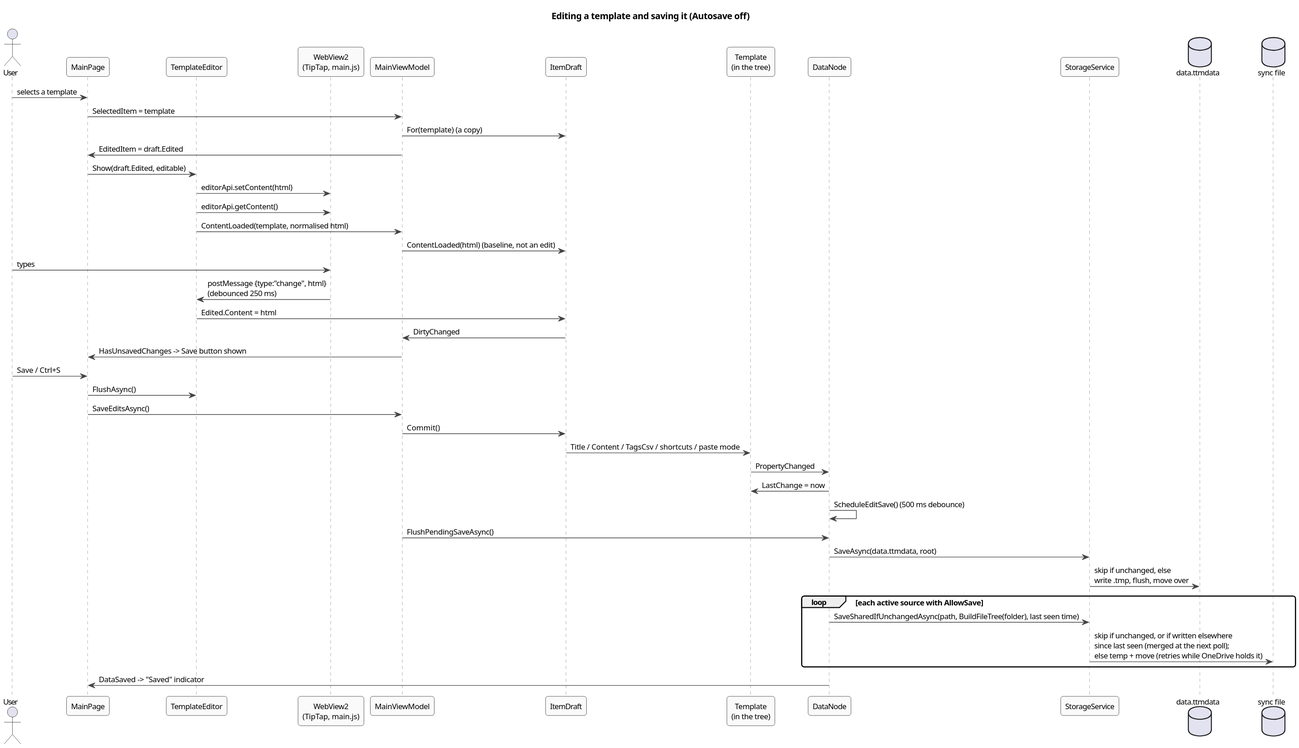
Before: docs/architecture/diagrams/seq-edit-save.svg, a diagram exported from PlantUML (halatsWol/TextTemplateManager-v2).
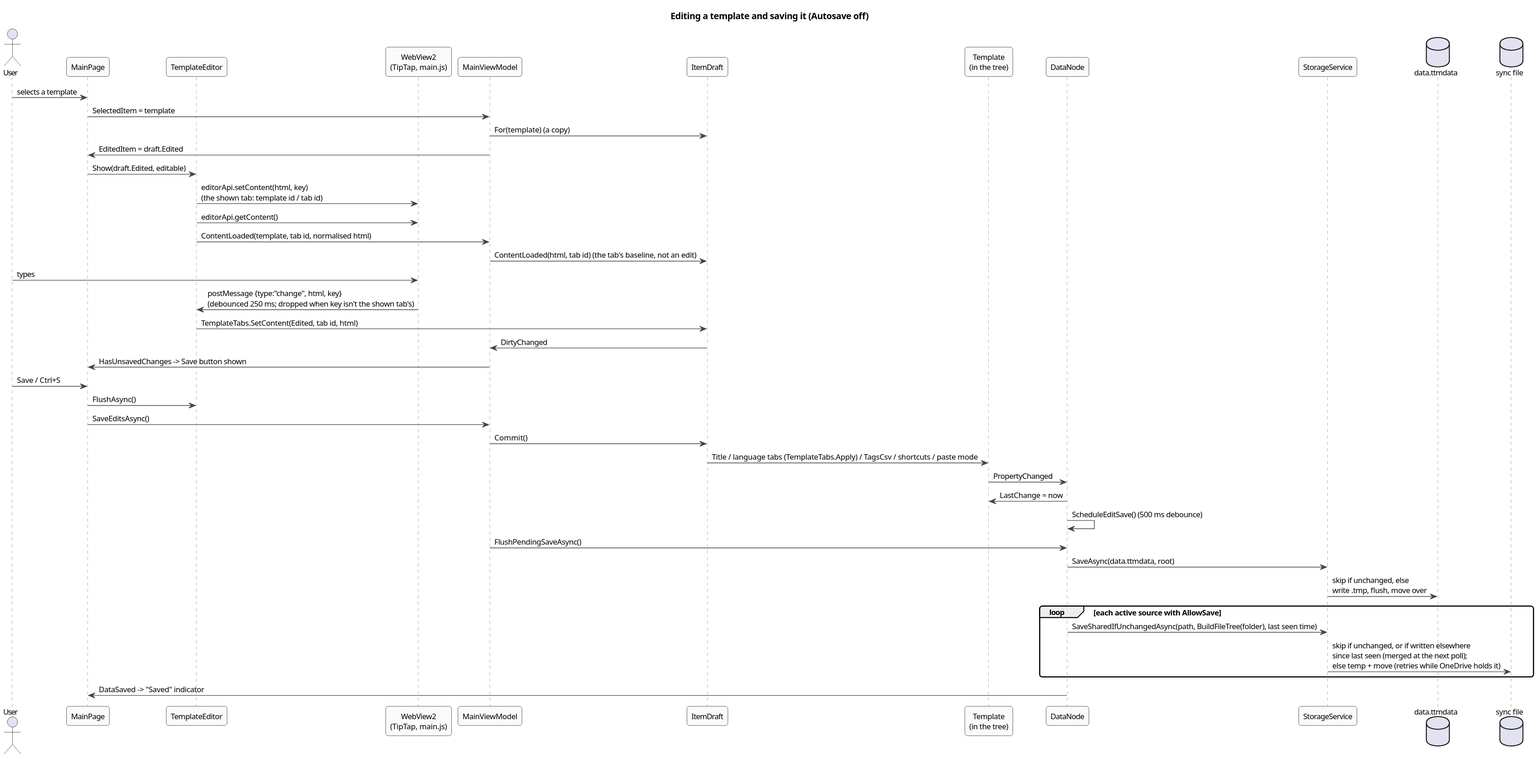
The same diagram one commit later.

What changed in the source:
```diff
@@ -19,14 +19,14 @@
 MainViewModel -> ItemDraft : For(template) (a copy)
 MainViewModel -> MainPage : EditedItem = draft.Edited
 MainPage -> TemplateEditor : Show(draft.Edited, editable)
-TemplateEditor -> Web : editorApi.setContent(html)
+TemplateEditor -> Web : editorApi.setContent(html, key)\n(the shown tab: template id / tab id)
 TemplateEditor -> Web : editorApi.getContent()
-TemplateEditor -> MainViewModel : ContentLoaded(template, normalised html)
-MainViewModel -> ItemDraft : ContentLoaded(html) (baseline, not an edit)
+TemplateEditor -> MainViewModel : ContentLoaded(template, tab id, normalised html)
+MainViewModel -> ItemDraft : ContentLoaded(html, tab id) (the tab's baseline, not an edit)
 
 User -> Web : types
-Web -> TemplateEditor : postMessage {type:"change", html}\n(debounced 250 ms)
-TemplateEditor -> ItemDraft : Edited.Content = html
+Web -> TemplateEditor : postMessage {type:"change", html, key}\n(debounced 250 ms; dropped when key isn't the shown tab's)
+TemplateEditor -> ItemDraft : TemplateTabs.SetContent(Edited, tab id, html)
 ItemDraft -> MainViewModel : DirtyChanged
 MainViewModel -> MainPage : HasUnsavedChanges -> Save button shown
 
@@ -34,7 +34,7 @@
 MainPage -> TemplateEditor : FlushAsync()
 MainPage -> MainViewModel : SaveEditsAsync()
 MainViewModel -> ItemDraft : Commit()
-ItemDraft -> Original : Title / Content / TagsCsv / shortcuts / paste mode
+ItemDraft -> Original : Title / language tabs (TemplateTabs.Apply) / TagsCsv / shortcuts / paste mode
 Original -> DataNode : PropertyChanged
 DataNode -> Original : LastChange = now
 DataNode -> DataNode : ScheduleEditSave() (500 ms debounce)
```
